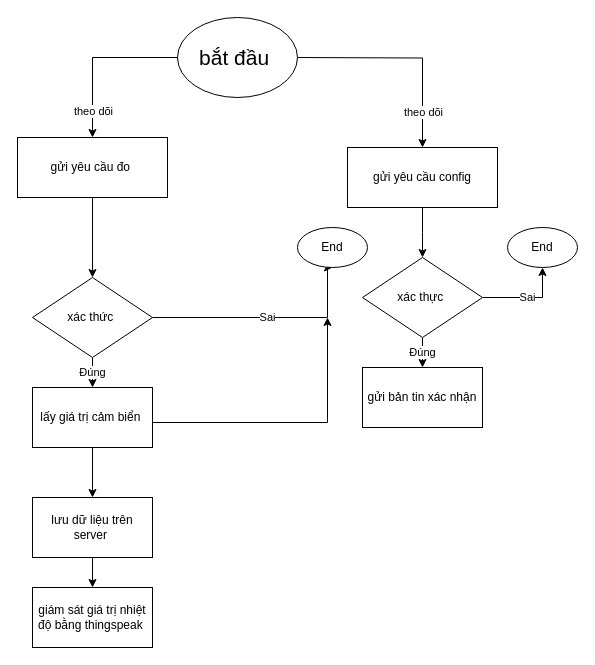
Ledinhtu/BLE keeps this draw.io diagram as page "Server" (4 of 7) of Biểu đồ không có tiêu đề.drawio. Above is the earlier version. Source tidied: cells renumbered, new cells numbered last; positions are measured from the earlier drawing's top-left corner, leaving out a move shared by most shapes. Both pictures are drawn from the tidied source at 100%, with x=0, y=0 at pixel (17, 17).
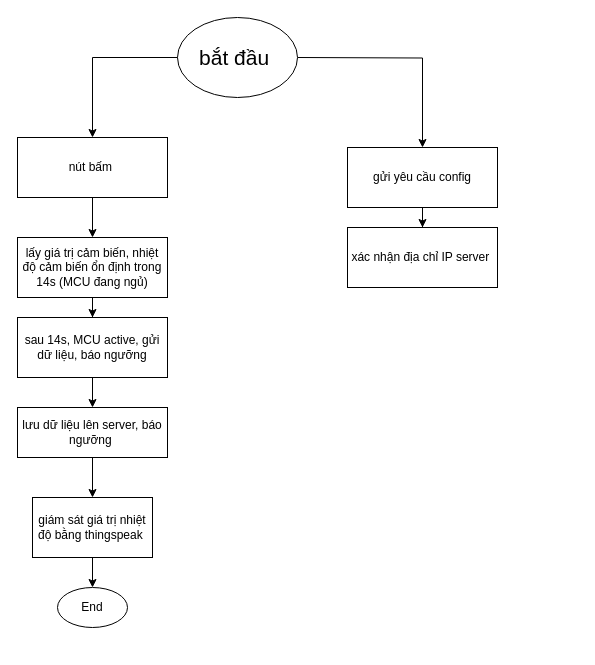
Above is the later version.

Unchanged cells that the change refers to:
```xml
<mxCell id="2" style="edgeStyle=orthogonalEdgeStyle;rounded=0;jettySize=auto;html=1;exitX=1;exitY=0.5;exitDx=0;exitDy=0;entryX=0.5;entryY=0;entryDx=0;entryDy=0;" parent="1" edge="1" target="7">
  <mxGeometry relative="1" as="geometry">
    <mxPoint x="280" y="40" as="sourcePoint" />
  </mxGeometry>
</mxCell>
<mxCell id="7" value="gửi yêu cầu config" style="rounded=0;whiteSpace=wrap;html=1;" parent="1" vertex="1">
  <mxGeometry x="330" y="130" width="150" height="60" as="geometry" />
</mxCell>
<mxCell id="22" style="edgeStyle=orthogonalEdgeStyle;rounded=0;jettySize=auto;html=1;exitX=0;exitY=0.5;exitDx=0;exitDy=0;entryX=0.5;entryY=0;entryDx=0;entryDy=0;" parent="1" edge="1" source="21" target="5">
  <mxGeometry relative="1" as="geometry">
    <Array as="points">
      <mxPoint x="75" y="40" />
    </Array>
  </mxGeometry>
</mxCell>
```

Diff of the diagram source:
```diff
@@
-    <mxCell id="3" value="theo dõi&lt;br&gt;" style="edgeLabel;html=1;align=center;verticalAlign=middle;" parent="2" vertex="1">
-      <mxGeometry x="0.67" relative="1" as="geometry" />
-    </mxCell>
-    <mxCell id="4" style="edgeStyle=orthogonalEdgeStyle;rounded=0;jettySize=auto;html=1;entryX=0.5;entryY=0;entryDx=0;entryDy=0;" parent="1" edge="1" source="5" target="10">
-      <mxGeometry relative="1" as="geometry" />
-    </mxCell>
+    <mxCell id="26" style="edgeStyle=orthogonalEdgeStyle;rounded=0;jettySize=auto;html=1;entryX=0.5;entryY=0;entryDx=0;entryDy=0;strokeColor=#000000;strokeWidth=1;fontSize=21;fontColor=#000000;" parent="1" edge="1" source="5" target="18">
+      <mxGeometry relative="1" as="geometry" />
+    </mxCell>
-    <mxCell id="5" value="gửi yêu cầu đo&amp;nbsp;" style="rounded=0;whiteSpace=wrap;html=1;" parent="1" vertex="1">
+    <mxCell id="5" value="nút bấm&amp;nbsp;" style="rounded=0;whiteSpace=wrap;html=1;" parent="1" vertex="1">
       <mxGeometry y="120" width="150" height="60" as="geometry" />
     </mxCell>
-    <mxCell id="6" style="edgeStyle=orthogonalEdgeStyle;rounded=0;jettySize=auto;html=1;entryX=0.5;entryY=0;entryDx=0;entryDy=0;" parent="1" edge="1" source="7">
-      <mxGeometry relative="1" as="geometry">
-        <mxPoint x="405" y="240" as="targetPoint" />
-      </mxGeometry>
-    </mxCell>
+    <mxCell id="27" style="edgeStyle=orthogonalEdgeStyle;rounded=0;jettySize=auto;html=1;strokeColor=#000000;strokeWidth=1;fontSize=21;fontColor=#000000;" parent="1" edge="1" source="7" target="30">
+      <mxGeometry relative="1" as="geometry" />
+    </mxCell>
@@
-    <mxCell id="8" value="Sai" style="edgeStyle=orthogonalEdgeStyle;rounded=0;jettySize=auto;html=1;exitX=1;exitY=0.5;exitDx=0;exitDy=0;entryX=0.5;entryY=1;entryDx=0;entryDy=0;" parent="1" edge="1" source="10" target="14">
-      <mxGeometry relative="1" as="geometry">
-        <Array as="points">
-          <mxPoint x="310" y="300" />
-          <mxPoint x="310" y="250" />
-        </Array>
-      </mxGeometry>
-    </mxCell>
-    <mxCell id="9" value="Đúng" style="edgeStyle=orthogonalEdgeStyle;rounded=0;jettySize=auto;html=1;entryX=0.5;entryY=0;entryDx=0;entryDy=0;" parent="1" edge="1" source="10" target="18">
-      <mxGeometry relative="1" as="geometry" />
-    </mxCell>
-    <mxCell id="10" value="xác thức&amp;nbsp;" style="rhombus;whiteSpace=wrap;html=1;" parent="1" vertex="1">
-      <mxGeometry x="15" y="260" width="120" height="80" as="geometry" />
-    </mxCell>
-    <mxCell id="11" value="Sai" style="edgeStyle=orthogonalEdgeStyle;rounded=0;jettySize=auto;html=1;entryX=0.5;entryY=1;entryDx=0;entryDy=0;" parent="1" edge="1" source="13" target="15">
-      <mxGeometry relative="1" as="geometry" />
-    </mxCell>
-    <mxCell id="12" value="Đúng" style="edgeStyle=orthogonalEdgeStyle;rounded=0;jettySize=auto;html=1;entryX=0.5;entryY=0;entryDx=0;entryDy=0;" parent="1" edge="1" source="13" target="16">
-      <mxGeometry relative="1" as="geometry" />
-    </mxCell>
-    <mxCell id="13" value="xác thực&amp;nbsp;" style="rhombus;whiteSpace=wrap;html=1;" parent="1" vertex="1">
-      <mxGeometry x="345" y="240" width="120" height="80" as="geometry" />
-    </mxCell>
     <mxCell id="14" value="End" style="ellipse;whiteSpace=wrap;html=1;" parent="1" vertex="1">
-      <mxGeometry x="280" y="210" width="70" height="40" as="geometry" />
+      <mxGeometry x="40" y="570" width="70" height="40" as="geometry" />
     </mxCell>
-    <mxCell id="15" value="End" style="ellipse;whiteSpace=wrap;html=1;" parent="1" vertex="1">
-      <mxGeometry x="490" y="210" width="70" height="40" as="geometry" />
-    </mxCell>
-    <mxCell id="16" value="gửi bản tin xác nhận" style="rounded=0;whiteSpace=wrap;html=1;" parent="1" vertex="1">
-      <mxGeometry x="345" y="350" width="120" height="60" as="geometry" />
-    </mxCell>
-    <mxCell id="17" style="edgeStyle=orthogonalEdgeStyle;rounded=0;jettySize=auto;html=1;" parent="1" edge="1" source="18" target="20">
-      <mxGeometry relative="1" as="geometry" />
-    </mxCell>
+    <mxCell id="28" style="edgeStyle=orthogonalEdgeStyle;rounded=0;jettySize=auto;html=1;strokeColor=#000000;strokeWidth=1;fontSize=21;fontColor=#000000;" parent="1" edge="1" source="18" target="32">
+      <mxGeometry relative="1" as="geometry" />
+    </mxCell>
-    <mxCell id="18" value="lấy giá trị cảm biển&amp;nbsp;" style="rounded=0;whiteSpace=wrap;html=1;" parent="1" vertex="1">
-      <mxGeometry x="15" y="370" width="120" height="60" as="geometry" />
+    <mxCell id="18" value="lấy giá trị cảm biến, nhiệt độ cảm biến ổn định trong 14s (MCU đang ngủ)" style="rounded=0;whiteSpace=wrap;html=1;" parent="1" vertex="1">
+      <mxGeometry y="220" width="150" height="60" as="geometry" />
     </mxCell>
@@
-    <mxCell id="20" value="lưu dữ liệu trên server&amp;nbsp;" style="rounded=0;whiteSpace=wrap;html=1;" parent="1" vertex="1">
-      <mxGeometry x="15" y="480" width="120" height="60" as="geometry" />
+    <mxCell id="20" value="lưu dữ liệu lên server, báo ngưỡng&amp;nbsp;" style="rounded=0;whiteSpace=wrap;html=1;" parent="1" vertex="1">
+      <mxGeometry y="390" width="150" height="50" as="geometry" />
     </mxCell>
@@
-    <mxCell id="23" value="theo dõi&lt;br&gt;" style="edgeLabel;html=1;align=center;verticalAlign=middle;" parent="22" vertex="1">
-      <mxGeometry x="0.67" relative="1" as="geometry" />
-    </mxCell>
-    <mxCell id="24" style="edgeStyle=segmentEdgeStyle;endArrow=classic;html=1;curved=0;rounded=0;strokeColor=#000000;strokeWidth=1;fontSize=21;fontColor=#000000;" parent="1" edge="1">
-      <mxGeometry relative="1" as="geometry">
-        <mxPoint x="135" y="405" as="sourcePoint" />
-        <mxPoint x="310" y="300" as="targetPoint" />
-        <Array as="points">
-          <mxPoint x="310" y="405" />
-        </Array>
-      </mxGeometry>
-    </mxCell>
+    <mxCell id="29" style="edgeStyle=orthogonalEdgeStyle;rounded=0;jettySize=auto;html=1;strokeColor=#000000;strokeWidth=1;fontSize=21;fontColor=#000000;" parent="1" edge="1" source="25" target="14">
+      <mxGeometry relative="1" as="geometry" />
+    </mxCell>
     <mxCell id="25" value="giám sát giá trị nhiệt độ bằng thingspeak&amp;nbsp;" style="rounded=0;whiteSpace=wrap;html=1;" parent="1" vertex="1">
-      <mxGeometry x="15" y="570" width="120" height="60" as="geometry" />
+      <mxGeometry x="15" y="480" width="120" height="60" as="geometry" />
     </mxCell>
+    <mxCell id="30" value="xác nhận địa chỉ IP server&amp;nbsp;" style="whiteSpace=wrap;html=1;rounded=0;" parent="1" vertex="1">
+      <mxGeometry x="330" y="210" width="150" height="60" as="geometry" />
+    </mxCell>
+    <mxCell id="31" style="edgeStyle=orthogonalEdgeStyle;rounded=0;jettySize=auto;html=1;strokeColor=#000000;strokeWidth=1;fontSize=21;fontColor=#000000;" parent="1" edge="1" source="32" target="20">
+      <mxGeometry relative="1" as="geometry" />
+    </mxCell>
+    <mxCell id="32" value="sau 14s, MCU active, gửi dữ liệu, báo ngưỡng" style="rounded=0;whiteSpace=wrap;html=1;" parent="1" vertex="1">
+      <mxGeometry y="300" width="150" height="60" as="geometry" />
+    </mxCell>
```
